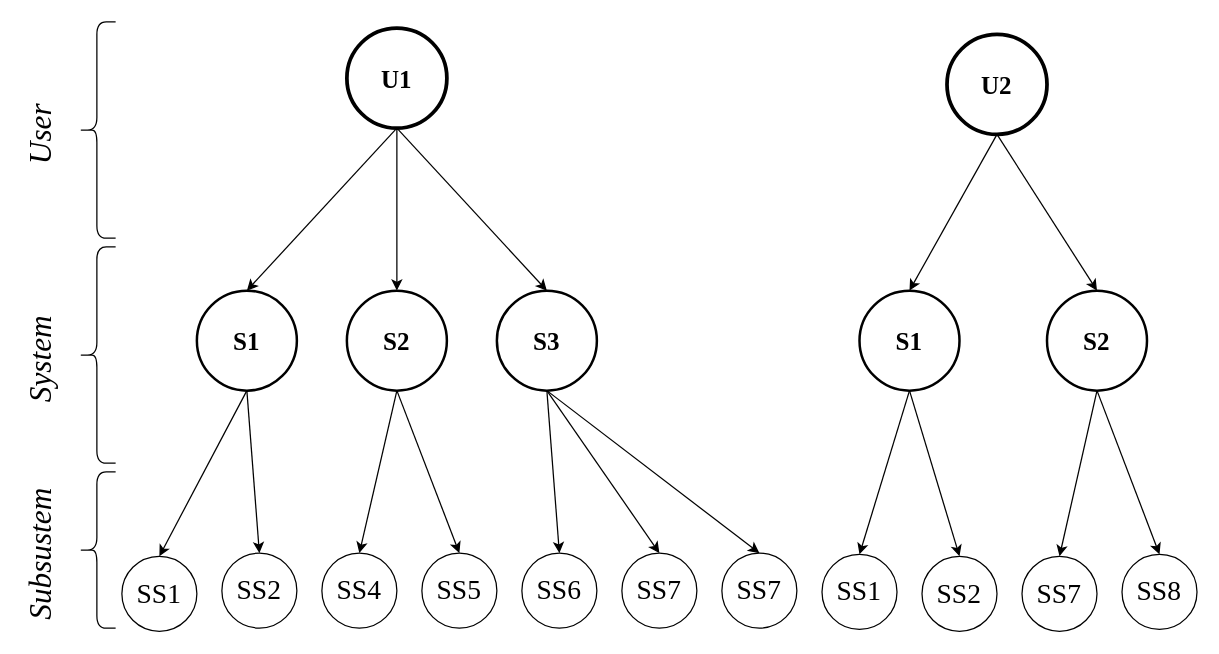
The draw.io diagram img/Chapter2/systemOverview/systemOverview.drawio in CorrieScheepers/Masters, before the edit. Source tidied: cells renumbered, new cells numbered last; positions are measured from the earlier drawing's top-left corner, leaving out a move shared by most shapes. Both pictures are drawn from the tidied source at 125%, with x=0, y=0 at pixel (-16, 21).
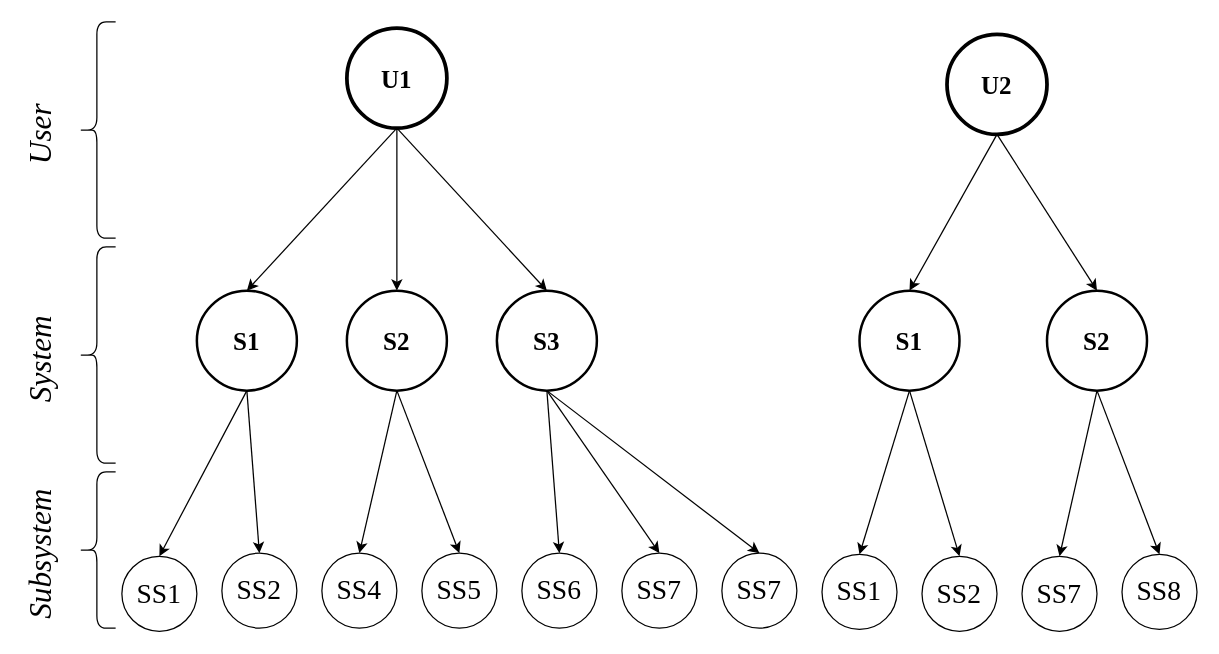
The same page after the edit.

Diff of the diagram source:
```diff
@@
-    <mxCell id="39" value="&lt;font style=&quot;font-size: 25px&quot;&gt;&lt;i style=&quot;font-size: 25px&quot;&gt;Subsustem&lt;/i&gt;&lt;/font&gt;" style="text;html=1;strokeColor=none;fillColor=none;align=center;verticalAlign=middle;whiteSpace=wrap;rounded=0;fontFamily=Times New Roman;fontSize=25;rotation=-90;" parent="1" vertex="1">
+    <mxCell id="39" value="&lt;font style=&quot;font-size: 25px&quot;&gt;&lt;i style=&quot;font-size: 25px&quot;&gt;Subsystem&lt;/i&gt;&lt;/font&gt;" style="text;html=1;strokeColor=none;fillColor=none;align=center;verticalAlign=middle;whiteSpace=wrap;rounded=0;fontFamily=Times New Roman;fontSize=25;rotation=-90;" parent="1" vertex="1">
       <mxGeometry y="416" width="90" height="20" as="geometry" />
     </mxCell>
```
